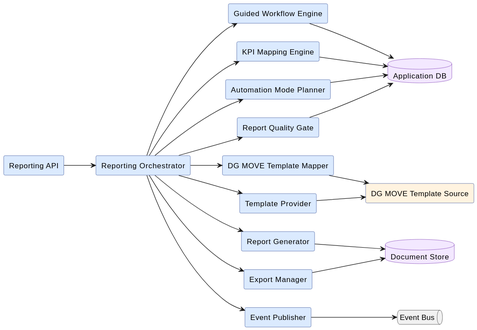
Above: docs/architecture/svg/reporting-components.svg in UM-KGPI/Napcore-ITS-Reporting (PlantUML), before the change.
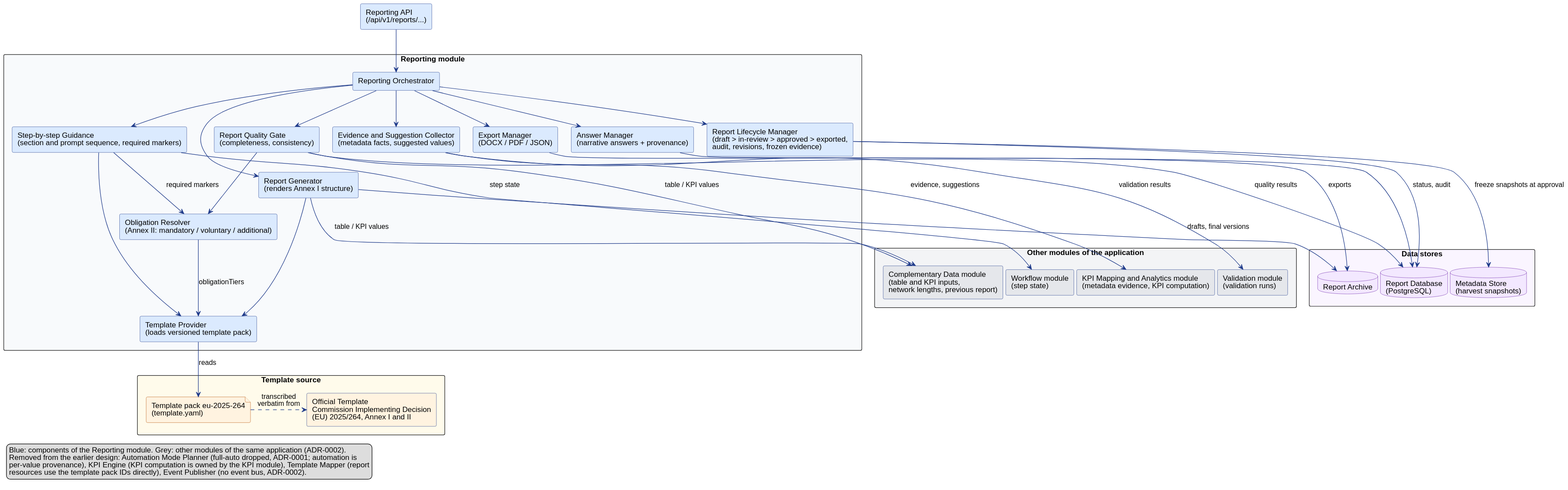
Later version of the same file.

Commit message:
docs: align reporting component diagram with ADR-0001 and ADR-0002 (#13)

The edit, as a diff of the source:
```diff
@@ -1,7 +1,11 @@
 @startuml
 skinparam shadowing false
 skinparam componentStyle rectangle
-left to right direction
+skinparam defaultFontName Helvetica
+skinparam ArrowColor #1e3a8a
+top to bottom direction
+skinparam nodesep 25
+skinparam ranksep 60
 
 skinparam component {
   BackgroundColor #dbeafe
@@ -11,42 +15,77 @@
   BackgroundColor #f3e8ff
   BorderColor #6b21a8
 }
+skinparam file {
+  BackgroundColor #fff3e0
+  BorderColor #b45309
+}
 
-component "Reporting API" as RAPI
-component "Reporting Orchestrator" as ORCH
-component "Guided Workflow Engine" as GUIDE
-component "KPI Mapping Engine" as MAP
-component "DG MOVE Template Mapper" as DGMAP
-component "Template Provider" as TPL
-component "Automation Mode Planner" as AUTO
-component "Report Generator" as GEN
-component "Report Quality Gate" as QA
-component "Export Manager" as EXP
-component "Event Publisher" as PUB
+component "Reporting API\n(/api/v1/reports/...)" as RAPI
 
-database "Application DB" as APPDB
-database "Document Store" as DOCS
-queue "Event Bus" as BUS
-component "DG MOVE Template Source" as DGMOVE #fff3e0
+rectangle "Reporting module" #f8fafc {
+  component "Reporting Orchestrator" as ORCH
+  component "Template Provider\n(loads versioned template pack)" as TPL
+  component "Obligation Resolver\n(Annex II: mandatory / voluntary / additional)" as OBL
+  component "Step-by-step Guidance\n(section and prompt sequence, required markers)" as GUIDE
+  component "Answer Manager\n(narrative answers + provenance)" as ANS
+  component "Evidence and Suggestion Collector\n(metadata facts, suggested values)" as EVID
+  component "Report Quality Gate\n(completeness, consistency)" as QA
+  component "Report Lifecycle Manager\n(draft > in-review > approved > exported,\naudit, revisions, frozen evidence)" as LIFE
+  component "Report Generator\n(renders Annex I structure)" as GEN
+  component "Export Manager\n(DOCX / PDF / JSON)" as EXP
+}
+
+rectangle "Template source" #fffbeb {
+  file "Template pack eu-2025-264\n(template.yaml)" as PACK
+  component "Official Template\nCommission Implementing Decision\n(EU) 2025/264, Annex I and II" as LAW #fff3e0
+}
+
+rectangle "Other modules of the application" #f3f4f6 {
+  component "Workflow module\n(step state)" as WF #e5e7eb
+  component "Complementary Data module\n(table and KPI inputs,\nnetwork lengths, previous report)" as COMP #e5e7eb
+  component "KPI Mapping and Analytics module\n(metadata evidence, KPI computation)" as KPI #e5e7eb
+  component "Validation module\n(validation runs)" as VAL #e5e7eb
+}
+
+rectangle "Data stores" #faf5ff {
+  database "Report Database\n(PostgreSQL)" as APPDB
+  database "Report Archive" as ARCH
+  database "Metadata Store\n(harvest snapshots)" as META
+}
 
 RAPI --> ORCH
+
 ORCH --> GUIDE
-ORCH --> MAP
-ORCH --> DGMAP
-ORCH --> TPL
-ORCH --> AUTO
+ORCH --> ANS
+ORCH --> EVID
+ORCH --> QA
+ORCH --> LIFE
 ORCH --> GEN
-ORCH --> QA
 ORCH --> EXP
-ORCH --> PUB
 
-GUIDE --> APPDB
-MAP --> APPDB
-DGMAP --> DGMOVE
-TPL --> DGMOVE
-AUTO --> APPDB
-GEN --> DOCS
-QA --> APPDB
-EXP --> DOCS
-PUB --> BUS
+TPL --> PACK : reads
+PACK .right.> LAW : transcribed\nverbatim from
+GUIDE --> TPL
+GUIDE --> OBL : required markers
+GUIDE --> WF : step state
+OBL --> TPL : obligationTiers
+QA --> OBL
+QA --> COMP : table / KPI values
+QA --> APPDB : quality results
+ANS --> APPDB
+EVID --> KPI : evidence, suggestions
+EVID --> VAL : validation results
+LIFE --> APPDB : status, audit
+LIFE --> META : freeze snapshots at approval
+GEN --> TPL
+GEN --> COMP : table / KPI values
+GEN --> ARCH : drafts, final versions
+EXP --> ARCH : exports
+
+legend bottom left
+  Blue: components of the Reporting module. Grey: other modules of the same application (ADR-0002).
+  Removed from the earlier design: Automation Mode Planner (full-auto dropped, ADR-0001; automation is
+  per-value provenance), KPI Engine (KPI computation is owned by the KPI module), Template Mapper (report
+  resources use the template pack IDs directly), Event Publisher (no event bus, ADR-0002).
+endlegend
 @enduml
```
